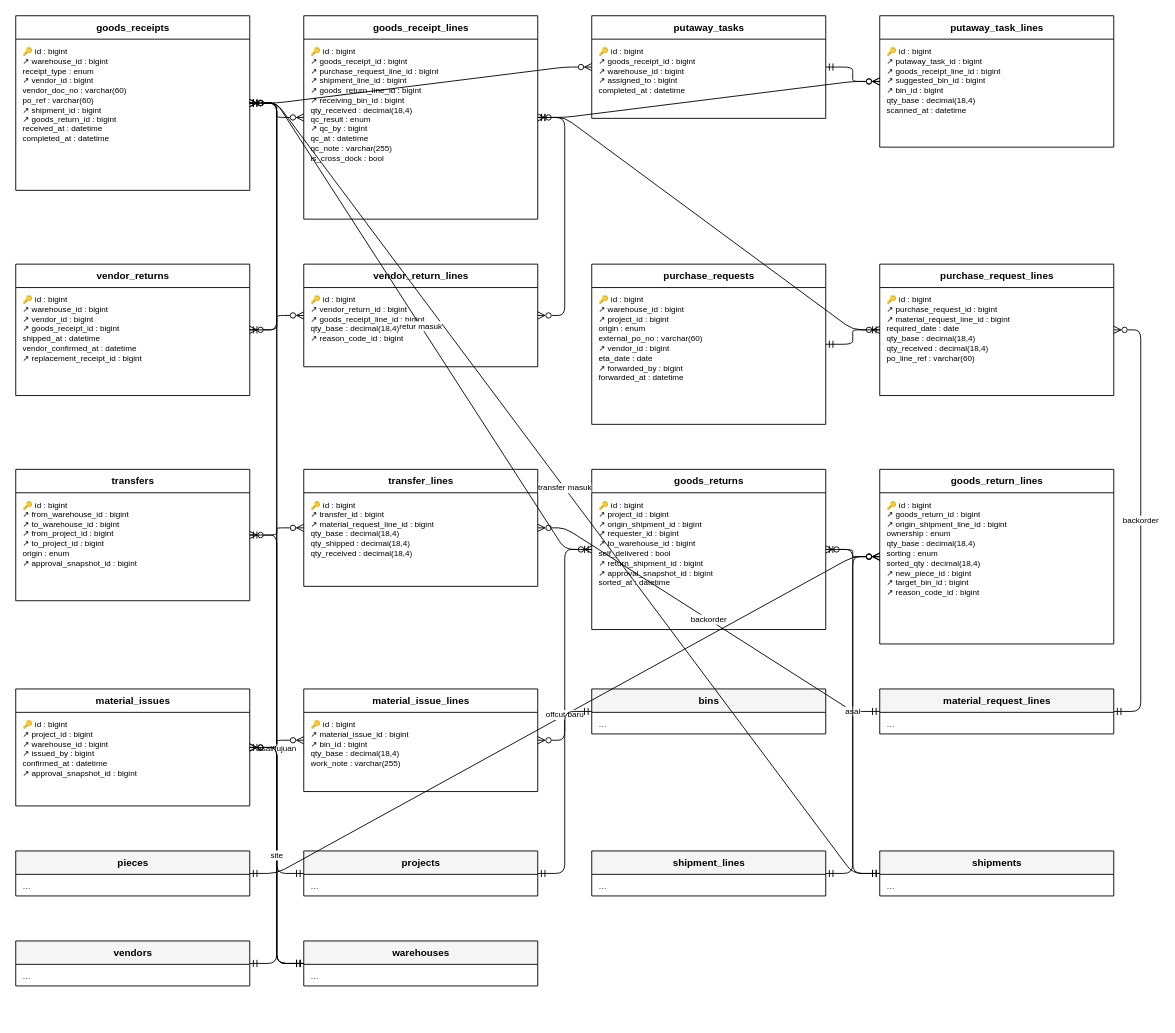
The draw.io diagram docs/diagram/erd-inbound.drawio in HengkyDarmawan/wms, before the edit. Source tidied: cells renumbered, new cells numbered last; positions are measured from the earlier drawing's top-left corner, leaving out a move shared by most shapes. Both pictures are drawn from the tidied source at 90%, with x=0, y=0 at pixel (15, 15).
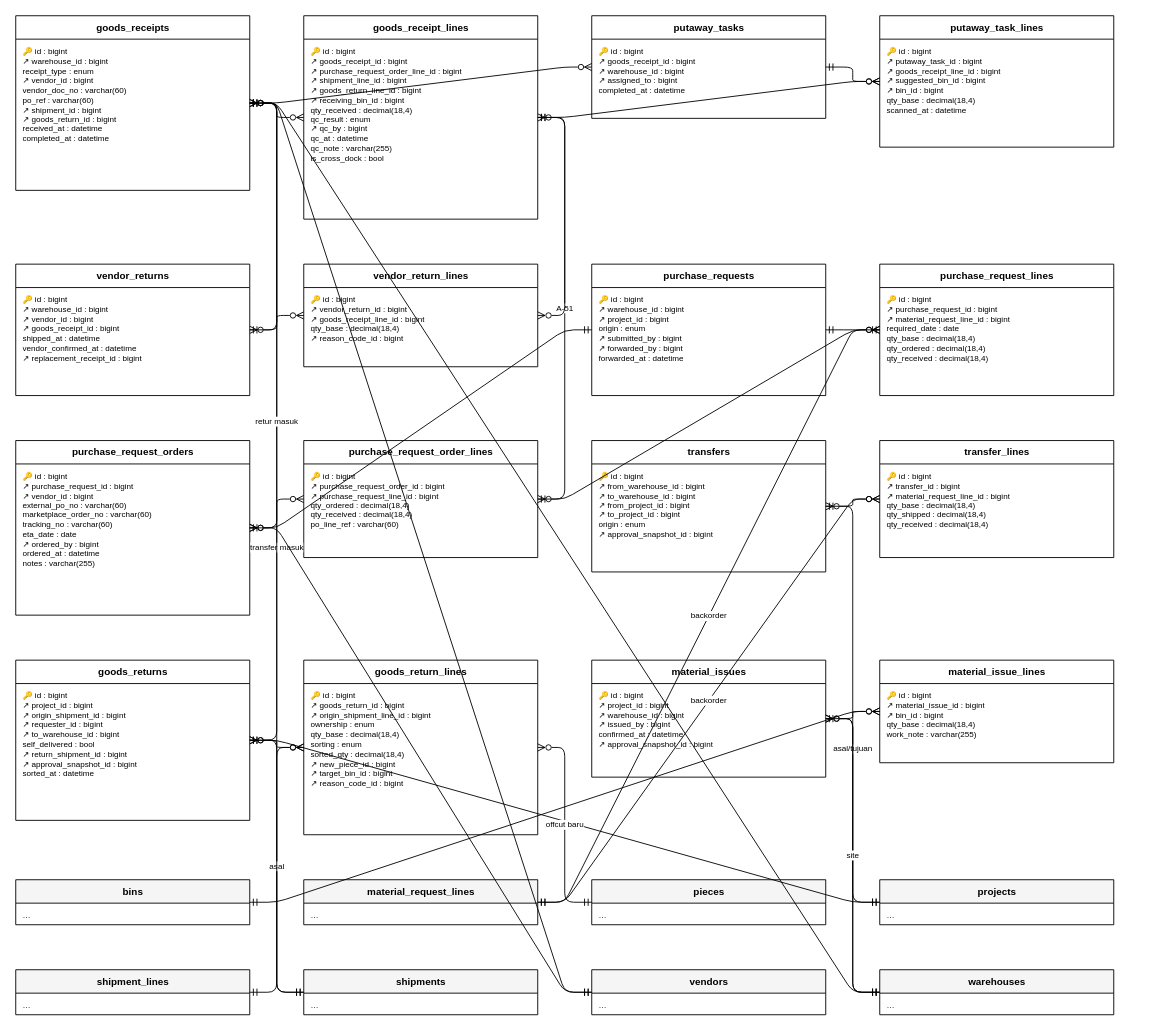
The same diagram, later.

Unchanged cells that the change refers to:
```xml
<mxCell id="4" value="goods_receipt_lines" style="swimlane;fontStyle=1;horizontal=1;startSize=26;html=1;fontSize=11;fillColor=#FFFFFF;" parent="1" vertex="1">
  <mxGeometry x="320" width="260" height="226" as="geometry" />
</mxCell>
<mxCell id="16" value="purchase_request_lines" style="swimlane;fontStyle=1;horizontal=1;startSize=26;html=1;fontSize=11;fillColor=#FFFFFF;" parent="1" vertex="1">
  <mxGeometry x="960" y="276" width="260" height="146" as="geometry" />
</mxCell>
```

Change to the diagram source:
```diff
@@
-    <mxCell id="5" value="🔑 id : bigint&lt;br&gt;↗ goods_receipt_id : bigint&lt;br&gt;↗ purchase_request_line_id : bigint&lt;br&gt;↗ shipment_line_id : bigint&lt;br&gt;↗ goods_return_line_id : bigint&lt;br&gt;↗ receiving_bin_id : bigint&lt;br&gt;qty_received : decimal(18,4)&lt;br&gt;qc_result : enum&lt;br&gt;↗ qc_by : bigint&lt;br&gt;qc_at : datetime&lt;br&gt;qc_note : varchar(255)&lt;br&gt;is_cross_dock : bool" style="text;html=1;strokeColor=none;fillColor=none;align=left;verticalAlign=top;spacingLeft=6;spacingTop=2;fontSize=9;whiteSpace=wrap;overflow=hidden;" parent="4" vertex="1">
+    <mxCell id="5" value="🔑 id : bigint&lt;br&gt;↗ goods_receipt_id : bigint&lt;br&gt;↗ purchase_request_order_line_id : bigint&lt;br&gt;↗ shipment_line_id : bigint&lt;br&gt;↗ goods_return_line_id : bigint&lt;br&gt;↗ receiving_bin_id : bigint&lt;br&gt;qty_received : decimal(18,4)&lt;br&gt;qc_result : enum&lt;br&gt;↗ qc_by : bigint&lt;br&gt;qc_at : datetime&lt;br&gt;qc_note : varchar(255)&lt;br&gt;is_cross_dock : bool" style="text;html=1;strokeColor=none;fillColor=none;align=left;verticalAlign=top;spacingLeft=6;spacingTop=2;fontSize=9;whiteSpace=wrap;overflow=hidden;" parent="4" vertex="1">
       <mxGeometry y="26" width="260" height="200" as="geometry" />
     </mxCell>
@@
     <mxCell id="14" value="purchase_requests" style="swimlane;fontStyle=1;horizontal=1;startSize=26;html=1;fontSize=11;fillColor=#FFFFFF;" parent="1" vertex="1">
-      <mxGeometry x="640" y="276" width="260" height="178" as="geometry" />
+      <mxGeometry x="640" y="276" width="260" height="146" as="geometry" />
     </mxCell>
-    <mxCell id="15" value="🔑 id : bigint&lt;br&gt;↗ warehouse_id : bigint&lt;br&gt;↗ project_id : bigint&lt;br&gt;origin : enum&lt;br&gt;external_po_no : varchar(60)&lt;br&gt;↗ vendor_id : bigint&lt;br&gt;eta_date : date&lt;br&gt;↗ forwarded_by : bigint&lt;br&gt;forwarded_at : datetime" style="text;html=1;strokeColor=none;fillColor=none;align=left;verticalAlign=top;spacingLeft=6;spacingTop=2;fontSize=9;whiteSpace=wrap;overflow=hidden;" parent="14" vertex="1">
-      <mxGeometry y="26" width="260" height="152" as="geometry" />
+    <mxCell id="15" value="🔑 id : bigint&lt;br&gt;↗ warehouse_id : bigint&lt;br&gt;↗ project_id : bigint&lt;br&gt;origin : enum&lt;br&gt;↗ submitted_by : bigint&lt;br&gt;↗ forwarded_by : bigint&lt;br&gt;forwarded_at : datetime" style="text;html=1;strokeColor=none;fillColor=none;align=left;verticalAlign=top;spacingLeft=6;spacingTop=2;fontSize=9;whiteSpace=wrap;overflow=hidden;" parent="14" vertex="1">
+      <mxGeometry y="26" width="260" height="120" as="geometry" />
     </mxCell>
@@
-    <mxCell id="17" value="🔑 id : bigint&lt;br&gt;↗ purchase_request_id : bigint&lt;br&gt;↗ material_request_line_id : bigint&lt;br&gt;required_date : date&lt;br&gt;qty_base : decimal(18,4)&lt;br&gt;qty_received : decimal(18,4)&lt;br&gt;po_line_ref : varchar(60)" style="text;html=1;strokeColor=none;fillColor=none;align=left;verticalAlign=top;spacingLeft=6;spacingTop=2;fontSize=9;whiteSpace=wrap;overflow=hidden;" parent="16" vertex="1">
+    <mxCell id="17" value="🔑 id : bigint&lt;br&gt;↗ purchase_request_id : bigint&lt;br&gt;↗ material_request_line_id : bigint&lt;br&gt;required_date : date&lt;br&gt;qty_base : decimal(18,4)&lt;br&gt;qty_ordered : decimal(18,4)&lt;br&gt;qty_received : decimal(18,4)" style="text;html=1;strokeColor=none;fillColor=none;align=left;verticalAlign=top;spacingLeft=6;spacingTop=2;fontSize=9;whiteSpace=wrap;overflow=hidden;" parent="16" vertex="1">
       <mxGeometry y="26" width="260" height="120" as="geometry" />
     </mxCell>
+    <mxCell id="72" value="purchase_request_orders" style="swimlane;fontStyle=1;horizontal=1;startSize=26;html=1;fontSize=11;fillColor=#FFFFFF;" parent="1" vertex="1">
+      <mxGeometry y="472" width="260" height="194" as="geometry" />
+    </mxCell>
+    <mxCell id="73" value="🔑 id : bigint&lt;br&gt;↗ purchase_request_id : bigint&lt;br&gt;↗ vendor_id : bigint&lt;br&gt;external_po_no : varchar(60)&lt;br&gt;marketplace_order_no : varchar(60)&lt;br&gt;tracking_no : varchar(60)&lt;br&gt;eta_date : date&lt;br&gt;↗ ordered_by : bigint&lt;br&gt;ordered_at : datetime&lt;br&gt;notes : varchar(255)" style="text;html=1;strokeColor=none;fillColor=none;align=left;verticalAlign=top;spacingLeft=6;spacingTop=2;fontSize=9;whiteSpace=wrap;overflow=hidden;" parent="72" vertex="1">
+      <mxGeometry y="26" width="260" height="168" as="geometry" />
+    </mxCell>
+    <mxCell id="74" value="purchase_request_order_lines" style="swimlane;fontStyle=1;horizontal=1;startSize=26;html=1;fontSize=11;fillColor=#FFFFFF;" parent="1" vertex="1">
+      <mxGeometry x="320" y="472" width="260" height="130" as="geometry" />
+    </mxCell>
+    <mxCell id="75" value="🔑 id : bigint&lt;br&gt;↗ purchase_request_order_id : bigint&lt;br&gt;↗ purchase_request_line_id : bigint&lt;br&gt;qty_ordered : decimal(18,4)&lt;br&gt;qty_received : decimal(18,4)&lt;br&gt;po_line_ref : varchar(60)" style="text;html=1;strokeColor=none;fillColor=none;align=left;verticalAlign=top;spacingLeft=6;spacingTop=2;fontSize=9;whiteSpace=wrap;overflow=hidden;" parent="74" vertex="1">
+      <mxGeometry y="26" width="260" height="104" as="geometry" />
+    </mxCell>
     <mxCell id="18" value="transfers" style="swimlane;fontStyle=1;horizontal=1;startSize=26;html=1;fontSize=11;fillColor=#FFFFFF;" parent="1" vertex="1">
-      <mxGeometry y="504" width="260" height="146" as="geometry" />
+      <mxGeometry x="640" y="472" width="260" height="146" as="geometry" />
     </mxCell>
@@
     <mxCell id="20" value="transfer_lines" style="swimlane;fontStyle=1;horizontal=1;startSize=26;html=1;fontSize=11;fillColor=#FFFFFF;" parent="1" vertex="1">
-      <mxGeometry x="320" y="504" width="260" height="130" as="geometry" />
+      <mxGeometry x="960" y="472" width="260" height="130" as="geometry" />
     </mxCell>
@@
     <mxCell id="22" value="goods_returns" style="swimlane;fontStyle=1;horizontal=1;startSize=26;html=1;fontSize=11;fillColor=#FFFFFF;" parent="1" vertex="1">
-      <mxGeometry x="640" y="504" width="260" height="178" as="geometry" />
+      <mxGeometry y="716" width="260" height="178" as="geometry" />
     </mxCell>
@@
     <mxCell id="24" value="goods_return_lines" style="swimlane;fontStyle=1;horizontal=1;startSize=26;html=1;fontSize=11;fillColor=#FFFFFF;" parent="1" vertex="1">
-      <mxGeometry x="960" y="504" width="260" height="194" as="geometry" />
+      <mxGeometry x="320" y="716" width="260" height="194" as="geometry" />
     </mxCell>
@@
     <mxCell id="26" value="material_issues" style="swimlane;fontStyle=1;horizontal=1;startSize=26;html=1;fontSize=11;fillColor=#FFFFFF;" parent="1" vertex="1">
-      <mxGeometry y="748" width="260" height="130" as="geometry" />
+      <mxGeometry x="640" y="716" width="260" height="130" as="geometry" />
     </mxCell>
@@
     <mxCell id="28" value="material_issue_lines" style="swimlane;fontStyle=1;horizontal=1;startSize=26;html=1;fontSize=11;fillColor=#FFFFFF;" parent="1" vertex="1">
-      <mxGeometry x="320" y="748" width="260" height="114" as="geometry" />
+      <mxGeometry x="960" y="716" width="260" height="114" as="geometry" />
     </mxCell>
@@
     <mxCell id="30" value="bins" style="swimlane;fontStyle=1;horizontal=1;startSize=26;html=1;fontSize=11;fillColor=#F5F5F5;" parent="1" vertex="1">
-      <mxGeometry x="640" y="748" width="260" height="50" as="geometry" />
+      <mxGeometry y="960" width="260" height="50" as="geometry" />
     </mxCell>
@@
     <mxCell id="32" value="material_request_lines" style="swimlane;fontStyle=1;horizontal=1;startSize=26;html=1;fontSize=11;fillColor=#F5F5F5;" parent="1" vertex="1">
-      <mxGeometry x="960" y="748" width="260" height="50" as="geometry" />
+      <mxGeometry x="320" y="960" width="260" height="50" as="geometry" />
     </mxCell>
@@
     <mxCell id="34" value="pieces" style="swimlane;fontStyle=1;horizontal=1;startSize=26;html=1;fontSize=11;fillColor=#F5F5F5;" parent="1" vertex="1">
-      <mxGeometry y="928" width="260" height="50" as="geometry" />
+      <mxGeometry x="640" y="960" width="260" height="50" as="geometry" />
     </mxCell>
@@
     <mxCell id="36" value="projects" style="swimlane;fontStyle=1;horizontal=1;startSize=26;html=1;fontSize=11;fillColor=#F5F5F5;" parent="1" vertex="1">
-      <mxGeometry x="320" y="928" width="260" height="50" as="geometry" />
+      <mxGeometry x="960" y="960" width="260" height="50" as="geometry" />
     </mxCell>
@@
     <mxCell id="38" value="shipment_lines" style="swimlane;fontStyle=1;horizontal=1;startSize=26;html=1;fontSize=11;fillColor=#F5F5F5;" parent="1" vertex="1">
-      <mxGeometry x="640" y="928" width="260" height="50" as="geometry" />
+      <mxGeometry y="1060" width="260" height="50" as="geometry" />
     </mxCell>
@@
     <mxCell id="40" value="shipments" style="swimlane;fontStyle=1;horizontal=1;startSize=26;html=1;fontSize=11;fillColor=#F5F5F5;" parent="1" vertex="1">
-      <mxGeometry x="960" y="928" width="260" height="50" as="geometry" />
+      <mxGeometry x="320" y="1060" width="260" height="50" as="geometry" />
     </mxCell>
@@
     <mxCell id="42" value="vendors" style="swimlane;fontStyle=1;horizontal=1;startSize=26;html=1;fontSize=11;fillColor=#F5F5F5;" parent="1" vertex="1">
-      <mxGeometry y="1028" width="260" height="50" as="geometry" />
+      <mxGeometry x="640" y="1060" width="260" height="50" as="geometry" />
     </mxCell>
@@
     <mxCell id="44" value="warehouses" style="swimlane;fontStyle=1;horizontal=1;startSize=26;html=1;fontSize=11;fillColor=#F5F5F5;" parent="1" vertex="1">
-      <mxGeometry x="320" y="1028" width="260" height="50" as="geometry" />
+      <mxGeometry x="960" y="1060" width="260" height="50" as="geometry" />
     </mxCell>
@@
-    <mxCell id="51" style="edgeStyle=entityRelationEdgeStyle;fontSize=9;html=1;endArrow=ERzeroToMany;startArrow=ERmandOne;endFill=0;startFill=0;" parent="1" edge="1" source="16" target="4">
+    <mxCell id="51" value="A-51" style="edgeStyle=entityRelationEdgeStyle;fontSize=9;html=1;endArrow=ERzeroToMany;startArrow=ERmandOne;endFill=0;startFill=0;" parent="1" edge="1" source="74" target="4">
       <mxGeometry relative="1" as="geometry" />
     </mxCell>
@@
-    <mxCell id="60" style="edgeStyle=entityRelationEdgeStyle;fontSize=9;html=1;endArrow=ERzeroToMany;startArrow=ERmandOne;endFill=0;startFill=0;" parent="1" edge="1" source="18" target="20">
+    <mxCell id="60" style="edgeStyle=entityRelationEdgeStyle;fontSize=9;html=1;endArrow=ERzeroToMany;startArrow=ERmandOne;endFill=0;startFill=0;" parent="1" edge="1" source="14" target="72">
       <mxGeometry relative="1" as="geometry" />
     </mxCell>
-    <mxCell id="61" value="backorder" style="edgeStyle=entityRelationEdgeStyle;fontSize=9;html=1;endArrow=ERzeroToMany;startArrow=ERmandOne;endFill=0;startFill=0;" parent="1" edge="1" source="32" target="20">
+    <mxCell id="61" style="edgeStyle=entityRelationEdgeStyle;fontSize=9;html=1;endArrow=ERzeroToMany;startArrow=ERmandOne;endFill=0;startFill=0;" parent="1" edge="1" source="42" target="72">
       <mxGeometry relative="1" as="geometry" />
     </mxCell>
-    <mxCell id="62" value="asal/tujuan" style="edgeStyle=entityRelationEdgeStyle;fontSize=9;html=1;endArrow=ERzeroToMany;startArrow=ERmandOne;endFill=0;startFill=0;" parent="1" edge="1" source="44" target="18">
+    <mxCell id="62" style="edgeStyle=entityRelationEdgeStyle;fontSize=9;html=1;endArrow=ERzeroToMany;startArrow=ERmandOne;endFill=0;startFill=0;" parent="1" edge="1" source="72" target="74">
       <mxGeometry relative="1" as="geometry" />
     </mxCell>
-    <mxCell id="63" style="edgeStyle=entityRelationEdgeStyle;fontSize=9;html=1;endArrow=ERzeroToMany;startArrow=ERmandOne;endFill=0;startFill=0;" parent="1" edge="1" source="36" target="22">
+    <mxCell id="63" style="edgeStyle=entityRelationEdgeStyle;fontSize=9;html=1;endArrow=ERzeroToMany;startArrow=ERmandOne;endFill=0;startFill=0;" parent="1" edge="1" source="16" target="74">
       <mxGeometry relative="1" as="geometry" />
     </mxCell>
-    <mxCell id="64" value="asal" style="edgeStyle=entityRelationEdgeStyle;fontSize=9;html=1;endArrow=ERzeroToMany;startArrow=ERmandOne;endFill=0;startFill=0;" parent="1" edge="1" source="40" target="22">
+    <mxCell id="64" style="edgeStyle=entityRelationEdgeStyle;fontSize=9;html=1;endArrow=ERzeroToMany;startArrow=ERmandOne;endFill=0;startFill=0;" parent="1" edge="1" source="18" target="20">
       <mxGeometry relative="1" as="geometry" />
     </mxCell>
-    <mxCell id="65" style="edgeStyle=entityRelationEdgeStyle;fontSize=9;html=1;endArrow=ERzeroToMany;startArrow=ERmandOne;endFill=0;startFill=0;" parent="1" edge="1" source="22" target="24">
+    <mxCell id="65" value="backorder" style="edgeStyle=entityRelationEdgeStyle;fontSize=9;html=1;endArrow=ERzeroToMany;startArrow=ERmandOne;endFill=0;startFill=0;" parent="1" edge="1" source="32" target="20">
       <mxGeometry relative="1" as="geometry" />
     </mxCell>
-    <mxCell id="66" style="edgeStyle=entityRelationEdgeStyle;fontSize=9;html=1;endArrow=ERzeroToMany;startArrow=ERmandOne;endFill=0;startFill=0;" parent="1" edge="1" source="38" target="24">
+    <mxCell id="66" value="asal/tujuan" style="edgeStyle=entityRelationEdgeStyle;fontSize=9;html=1;endArrow=ERzeroToMany;startArrow=ERmandOne;endFill=0;startFill=0;" parent="1" edge="1" source="44" target="18">
       <mxGeometry relative="1" as="geometry" />
     </mxCell>
-    <mxCell id="67" value="offcut baru" style="edgeStyle=entityRelationEdgeStyle;fontSize=9;html=1;endArrow=ERzeroToMany;startArrow=ERmandOne;endFill=0;startFill=0;" parent="1" edge="1" source="34" target="24">
+    <mxCell id="67" style="edgeStyle=entityRelationEdgeStyle;fontSize=9;html=1;endArrow=ERzeroToMany;startArrow=ERmandOne;endFill=0;startFill=0;" parent="1" edge="1" source="36" target="22">
       <mxGeometry relative="1" as="geometry" />
     </mxCell>
-    <mxCell id="68" style="edgeStyle=entityRelationEdgeStyle;fontSize=9;html=1;endArrow=ERzeroToMany;startArrow=ERmandOne;endFill=0;startFill=0;" parent="1" edge="1" source="36" target="26">
+    <mxCell id="68" value="asal" style="edgeStyle=entityRelationEdgeStyle;fontSize=9;html=1;endArrow=ERzeroToMany;startArrow=ERmandOne;endFill=0;startFill=0;" parent="1" edge="1" source="40" target="22">
       <mxGeometry relative="1" as="geometry" />
     </mxCell>
-    <mxCell id="69" value="site" style="edgeStyle=entityRelationEdgeStyle;fontSize=9;html=1;endArrow=ERzeroToMany;startArrow=ERmandOne;endFill=0;startFill=0;" parent="1" edge="1" source="44" target="26">
+    <mxCell id="69" style="edgeStyle=entityRelationEdgeStyle;fontSize=9;html=1;endArrow=ERzeroToMany;startArrow=ERmandOne;endFill=0;startFill=0;" parent="1" edge="1" source="22" target="24">
       <mxGeometry relative="1" as="geometry" />
     </mxCell>
-    <mxCell id="70" style="edgeStyle=entityRelationEdgeStyle;fontSize=9;html=1;endArrow=ERzeroToMany;startArrow=ERmandOne;endFill=0;startFill=0;" parent="1" edge="1" source="26" target="28">
+    <mxCell id="70" style="edgeStyle=entityRelationEdgeStyle;fontSize=9;html=1;endArrow=ERzeroToMany;startArrow=ERmandOne;endFill=0;startFill=0;" parent="1" edge="1" source="38" target="24">
       <mxGeometry relative="1" as="geometry" />
     </mxCell>
-    <mxCell id="71" style="edgeStyle=entityRelationEdgeStyle;fontSize=9;html=1;endArrow=ERzeroToMany;startArrow=ERmandOne;endFill=0;startFill=0;" parent="1" edge="1" source="30" target="28">
+    <mxCell id="71" value="offcut baru" style="edgeStyle=entityRelationEdgeStyle;fontSize=9;html=1;endArrow=ERzeroToMany;startArrow=ERmandOne;endFill=0;startFill=0;" parent="1" edge="1" source="34" target="24">
       <mxGeometry relative="1" as="geometry" />
     </mxCell>
+    <mxCell id="76" style="edgeStyle=entityRelationEdgeStyle;fontSize=9;html=1;endArrow=ERzeroToMany;startArrow=ERmandOne;endFill=0;startFill=0;" parent="1" edge="1" source="36" target="26">
+      <mxGeometry relative="1" as="geometry" />
+    </mxCell>
+    <mxCell id="77" value="site" style="edgeStyle=entityRelationEdgeStyle;fontSize=9;html=1;endArrow=ERzeroToMany;startArrow=ERmandOne;endFill=0;startFill=0;" parent="1" edge="1" source="44" target="26">
+      <mxGeometry relative="1" as="geometry" />
+    </mxCell>
+    <mxCell id="78" style="edgeStyle=entityRelationEdgeStyle;fontSize=9;html=1;endArrow=ERzeroToMany;startArrow=ERmandOne;endFill=0;startFill=0;" parent="1" edge="1" source="26" target="28">
+      <mxGeometry relative="1" as="geometry" />
+    </mxCell>
+    <mxCell id="79" style="edgeStyle=entityRelationEdgeStyle;fontSize=9;html=1;endArrow=ERzeroToMany;startArrow=ERmandOne;endFill=0;startFill=0;" parent="1" edge="1" source="30" target="28">
+      <mxGeometry relative="1" as="geometry" />
+    </mxCell>
```
